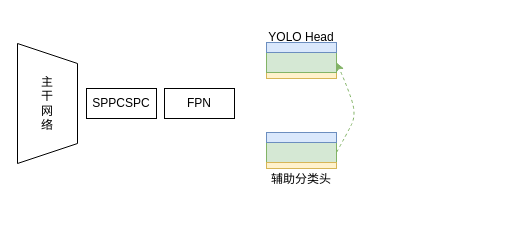
This is self_distillation.drawio from wangdayan/HuffmanTree, a draw.io file, before an edit. Source tidied: cells renumbered, new cells numbered last; positions are measured from the earlier drawing's top-left corner, leaving out a move shared by most shapes. Both pictures are drawn from the tidied source at 100%, with x=0, y=0 at pixel (-13, 22).
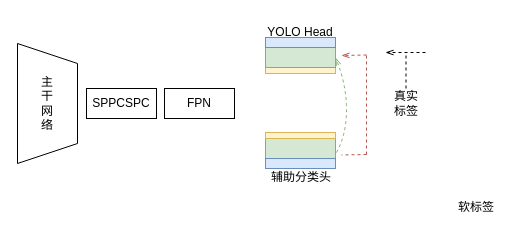
The same diagram, later.

What changed in the source:
```diff
@@
     <mxCell id="6" style="rounded=0;whiteSpace=wrap;html=1;fillColor=#d5e8d4;strokeColor=#82b366;" parent="1" vertex="1">
-      <mxGeometry x="279" y="120" width="70" height="20" as="geometry" />
+      <mxGeometry x="278" y="116" width="70" height="20" as="geometry" />
     </mxCell>
     <mxCell id="7" value="辅助分类头" style="text;strokeColor=none;align=center;fillColor=none;html=1;verticalAlign=middle;whiteSpace=wrap;rounded=0;" parent="1" vertex="1">
-      <mxGeometry x="279" y="142" width="70" height="30" as="geometry" />
+      <mxGeometry x="279" y="140" width="70" height="30" as="geometry" />
     </mxCell>
     <mxCell id="8" style="rounded=0;whiteSpace=wrap;html=1;fillColor=#dae8fc;strokeColor=#6c8ebf;" parent="1" vertex="1">
-      <mxGeometry x="279" y="110" width="70" height="10" as="geometry" />
+      <mxGeometry x="278" y="136" width="70" height="10" as="geometry" />
     </mxCell>
     <mxCell id="9" style="rounded=0;whiteSpace=wrap;html=1;fillColor=#fff2cc;strokeColor=#d6b656;" parent="1" vertex="1">
-      <mxGeometry x="279" y="50" width="70" height="6" as="geometry" />
+      <mxGeometry x="278" y="45" width="70" height="6" as="geometry" />
     </mxCell>
     <mxCell id="10" style="rounded=0;whiteSpace=wrap;html=1;fillColor=#d5e8d4;strokeColor=#82b366;" parent="1" vertex="1">
-      <mxGeometry x="279" y="30" width="70" height="20" as="geometry" />
+      <mxGeometry x="278" y="25" width="70" height="20" as="geometry" />
     </mxCell>
     <mxCell id="11" style="rounded=0;whiteSpace=wrap;html=1;fillColor=#dae8fc;strokeColor=#6c8ebf;" parent="1" vertex="1">
-      <mxGeometry x="279" y="20" width="70" height="10" as="geometry" />
+      <mxGeometry x="278" y="15" width="70" height="10" as="geometry" />
     </mxCell>
-    <mxCell id="12" style="curved=1;endArrow=classic;html=1;rounded=0;entryX=1;entryY=0.5;entryDx=0;entryDy=0;fillColor=#d5e8d4;strokeColor=#82b366;dashed=1;" parent="1" edge="1" target="10">
+    <mxCell id="12" style="curved=1;endArrow=openThin;html=1;rounded=0;entryX=1;entryY=0.5;entryDx=0;entryDy=0;fillColor=#d5e8d4;strokeColor=#82b366;dashed=1;endFill=0;" parent="1" edge="1" target="10">
       <mxGeometry relative="1" as="geometry">
         <mxPoint x="349" y="130" as="sourcePoint" />
         <Array as="points">
           <mxPoint x="359" y="112" />
-          <mxPoint x="369" y="92" />
           <mxPoint x="359" y="62" />
         </Array>
       </mxGeometry>
     </mxCell>
     <mxCell id="13" style="rounded=0;whiteSpace=wrap;html=1;fillColor=#fff2cc;strokeColor=#d6b656;" parent="1" vertex="1">
-      <mxGeometry x="279" y="140" width="70" height="6" as="geometry" />
+      <mxGeometry x="278" y="110" width="70" height="6" as="geometry" />
     </mxCell>
     <mxCell id="14" value="YOLO&amp;nbsp;Head" style="text;strokeColor=none;align=center;fillColor=none;html=1;verticalAlign=middle;whiteSpace=wrap;rounded=0;" parent="1" vertex="1">
-      <mxGeometry x="284" width="60" height="30" as="geometry" />
+      <mxGeometry x="283" y="-5" width="60" height="30" as="geometry" />
     </mxCell>
+    <mxCell id="15" value="真实&lt;div&gt;标签&lt;/div&gt;" style="text;strokeColor=none;align=center;fillColor=none;html=1;verticalAlign=middle;whiteSpace=wrap;rounded=0;" parent="1" vertex="1">
+      <mxGeometry x="389" y="66" width="60" height="30" as="geometry" />
+    </mxCell>
+    <mxCell id="16" style="endArrow=none;html=1;rounded=0;dashed=1;" parent="1" edge="1">
+      <mxGeometry relative="1" as="geometry">
+        <mxPoint x="418.5" y="66" as="sourcePoint" />
+        <mxPoint x="418.5" y="30" as="targetPoint" />
+      </mxGeometry>
+    </mxCell>
+    <mxCell id="17" style="endArrow=openThin;html=1;rounded=0;dashed=1;endFill=0;" parent="1" edge="1">
+      <mxGeometry relative="1" as="geometry">
+        <mxPoint x="438" y="30" as="sourcePoint" />
+        <mxPoint x="398" y="30" as="targetPoint" />
+      </mxGeometry>
+    </mxCell>
+    <mxCell id="18" value="软标签" style="text;strokeColor=none;align=center;fillColor=none;html=1;verticalAlign=middle;whiteSpace=wrap;rounded=0;" parent="1" vertex="1">
+      <mxGeometry x="459" y="170" width="60" height="30" as="geometry" />
+    </mxCell>
+    <mxCell id="19" style="endArrow=none;html=1;rounded=0;dashed=1;fillColor=#f8cecc;strokeColor=#b85450;" parent="1" edge="1">
+      <mxGeometry relative="1" as="geometry">
+        <mxPoint x="379" y="132" as="sourcePoint" />
+        <mxPoint x="379" y="32" as="targetPoint" />
+      </mxGeometry>
+    </mxCell>
+    <mxCell id="20" style="endArrow=none;html=1;rounded=0;dashed=1;endFill=0;fillColor=#f8cecc;strokeColor=#b85450;startFill=0;" parent="1" edge="1">
+      <mxGeometry relative="1" as="geometry">
+        <mxPoint x="379" y="132" as="sourcePoint" />
+        <mxPoint x="354" y="132.5" as="targetPoint" />
+      </mxGeometry>
+    </mxCell>
+    <mxCell id="21" style="endArrow=openThin;html=1;rounded=0;dashed=1;endFill=0;fillColor=#f8cecc;strokeColor=#b85450;" parent="1" edge="1">
+      <mxGeometry relative="1" as="geometry">
+        <mxPoint x="379" y="32.5" as="sourcePoint" />
+        <mxPoint x="354" y="33" as="targetPoint" />
+      </mxGeometry>
+    </mxCell>
```
